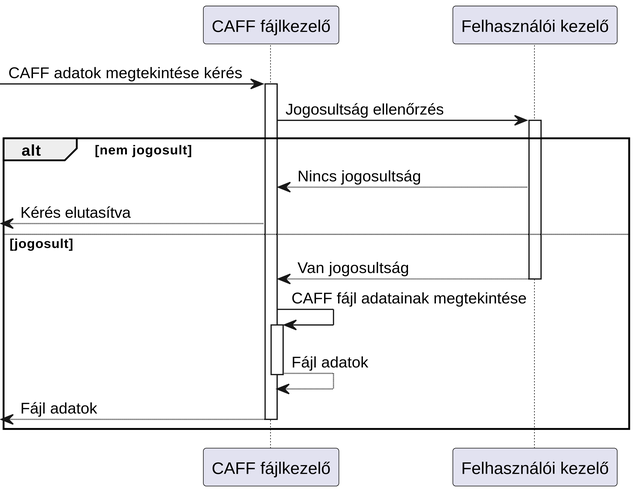
Before: Pictures/sequence_viewData/ViewData.svg, a diagram exported from PlantUML (Fylota/hagyma_crysys).
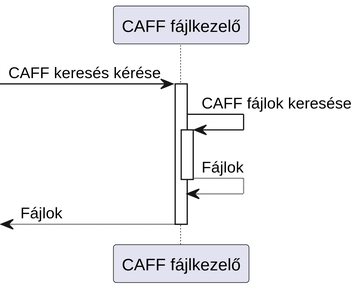
The same file after the commit.

The edit, as a diff of the source:
```diff
@@ -2,24 +2,14 @@
 scale 5
 
 participant "CAFF fájlkezelő" as caff
-participant "Felhasználói kezelő" as felhasznalokezelo
 
--> caff : CAFF adatok megtekintése kérés
+-> caff : CAFF keresés kérése
 activate caff
-caff -> felhasznalokezelo : Jogosultság ellenőrzés
-activate felhasznalokezelo
-alt nem jogosult
-    felhasznalokezelo --> caff : Nincs jogosultság
-    <-- caff : Kérés elutasítva
-else jogosult
-    felhasznalokezelo --> caff : Van jogosultság
-    deactivate felhasznalokezelo
-    caff -> caff : CAFF fájl adatainak megtekintése
-    activate caff
-    caff --> caff : Fájl adatok
-    deactivate caff
-    <-- caff : Fájl adatok
-    deactivate caff
-end
+caff -> caff : CAFF fájlok keresése
+activate caff
+caff --> caff : Fájlok
+deactivate caff
+<-- caff : Fájlok
+deactivate caff
 
 @enduml
```
